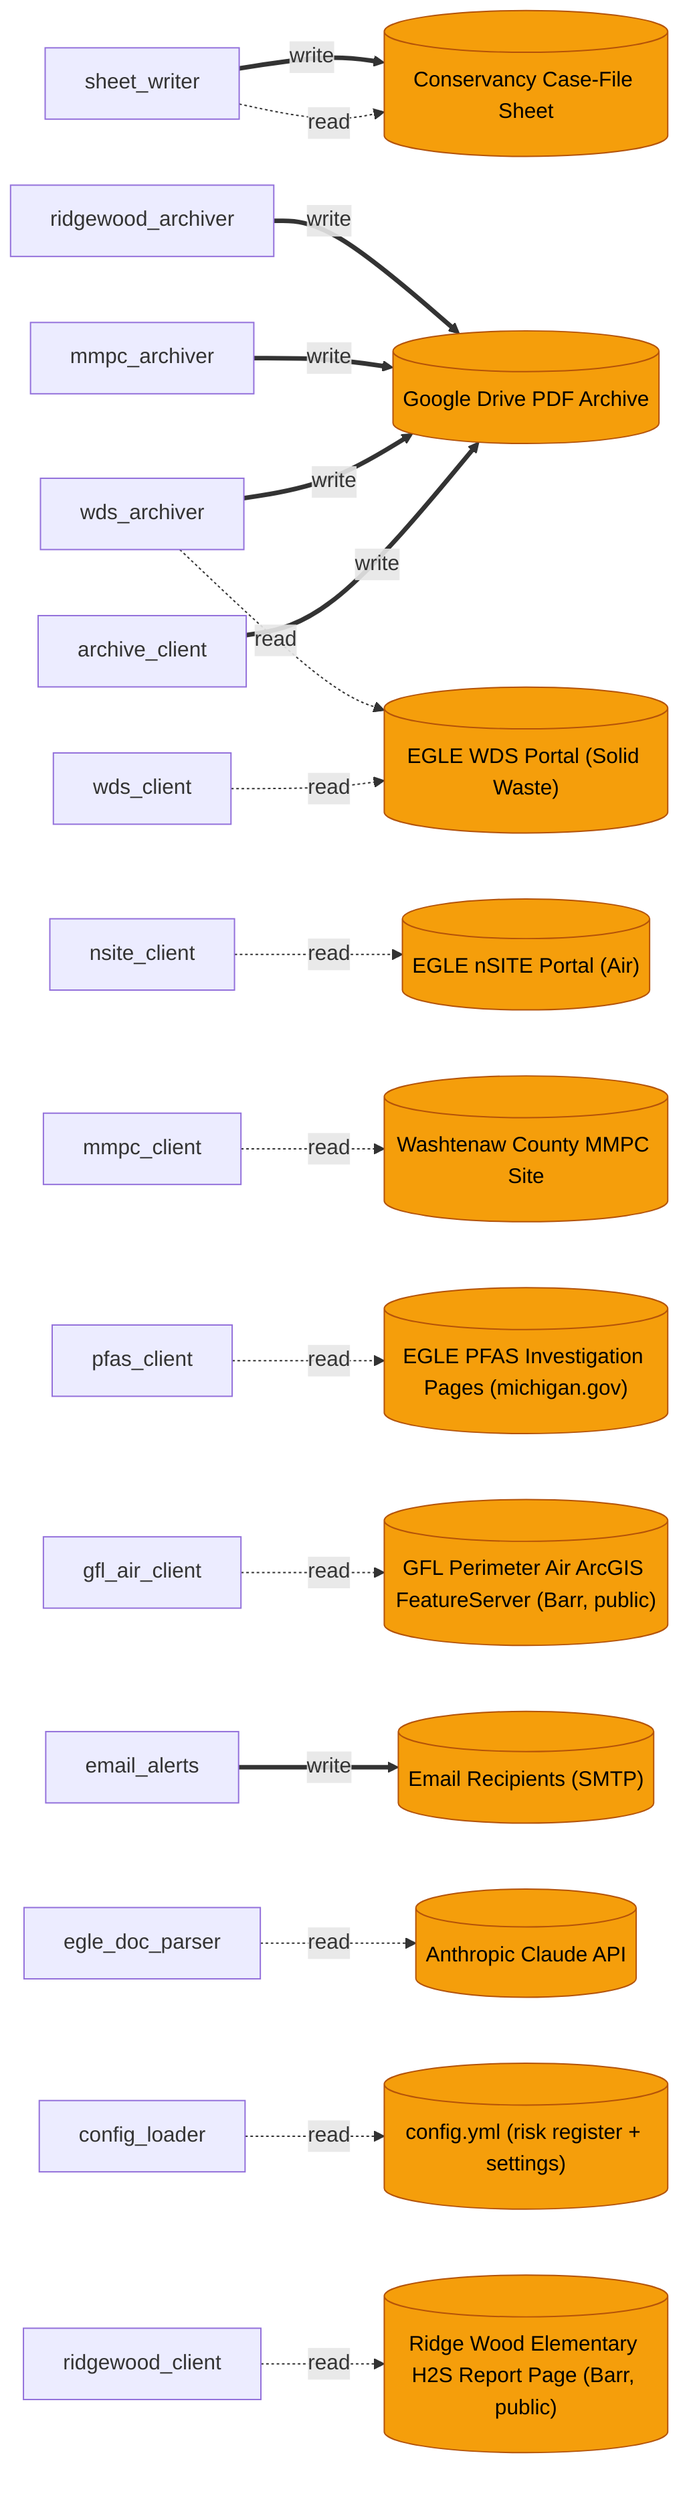
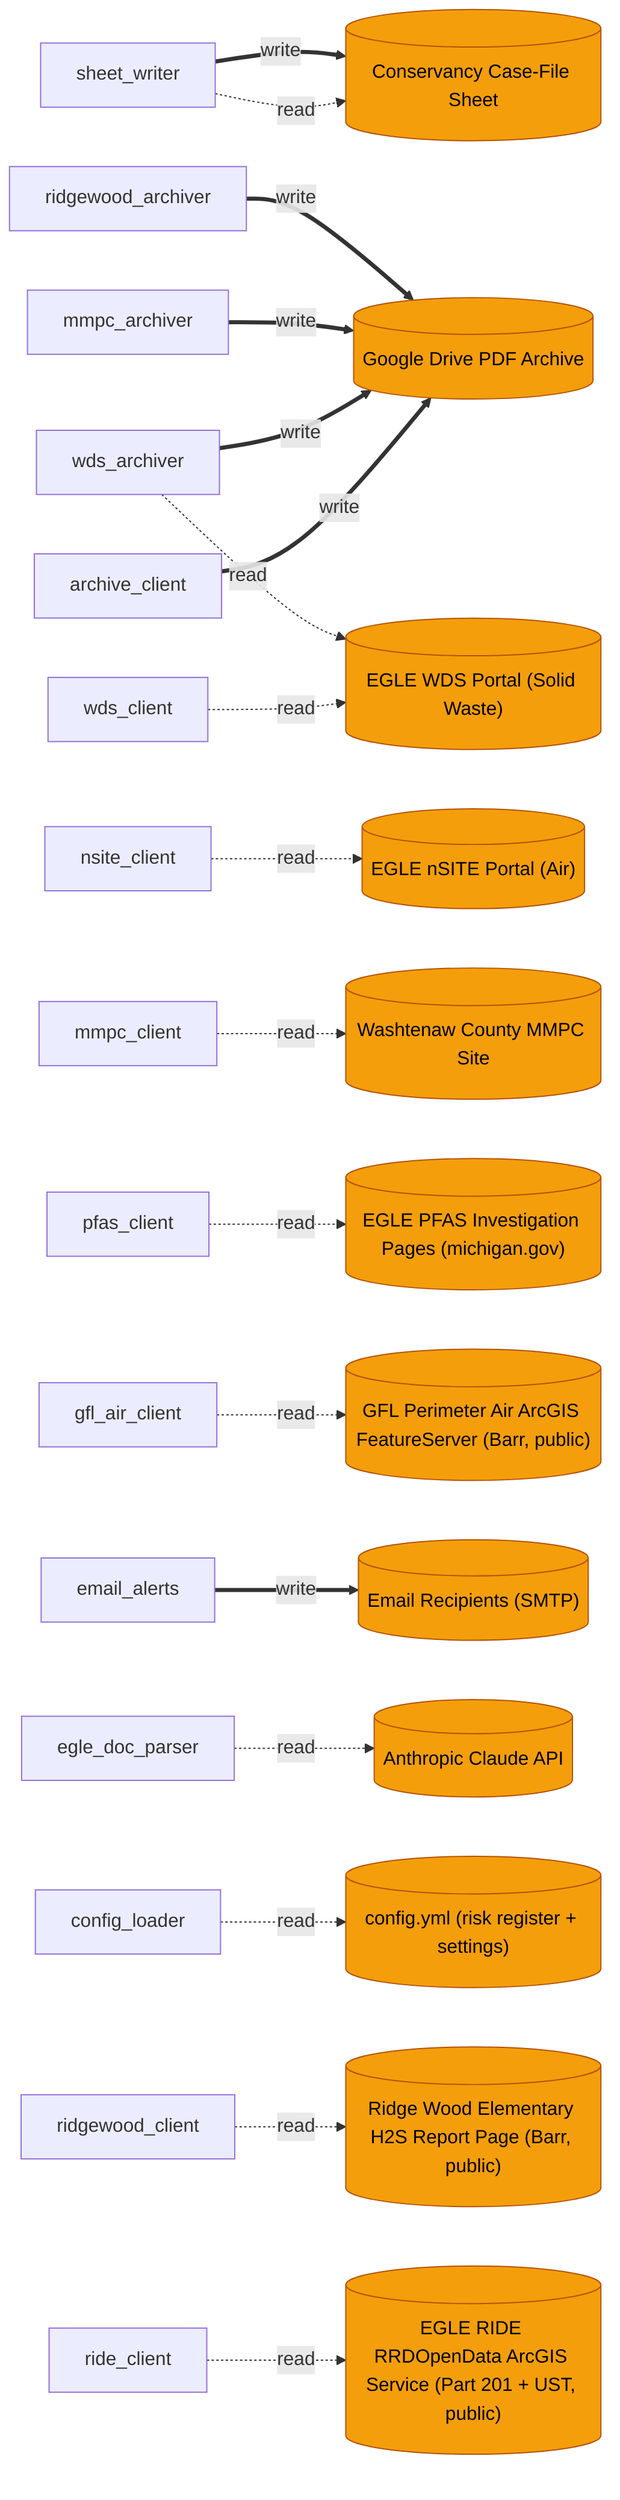
graph LR
  %% program -> data store lineage; dotted = read, bold = write
  ds_conservancy_sheet[("Conservancy Case-File Sheet")]
  ds_drive_archive[("Google Drive PDF Archive")]
  ds_nsite[("EGLE nSITE Portal (Air)")]
  ds_wds[("EGLE WDS Portal (Solid Waste)")]
  ds_mmpc[("Washtenaw County MMPC Site")]
  ds_pfas[("EGLE PFAS Investigation Pages (michigan.gov)")]
  ds_gfl_air[("GFL Perimeter Air ArcGIS FeatureServer (Barr, public)")]
  ds_ridgewood[("Ridge Wood Elementary H2S Report Page (Barr, public)")]
+   ds_ride[("EGLE RIDE RRDOpenData ArcGIS Service (Part 201 + UST, public)")]
  ds_smtp[("Email Recipients (SMTP)")]
  ds_anthropic[("Anthropic Claude API")]
  ds_config[("config.yml (risk register + settings)")]
  sheet_writer["sheet_writer"]
  sheet_writer -. read .-> ds_conservancy_sheet
  sheet_writer ==>|write| ds_conservancy_sheet
  archive_client["archive_client"]
  archive_client ==>|write| ds_drive_archive
  nsite_client["nsite_client"]
  nsite_client -. read .-> ds_nsite
  wds_client["wds_client"]
  wds_client -. read .-> ds_wds
  mmpc_client["mmpc_client"]
  mmpc_client -. read .-> ds_mmpc
  pfas_client["pfas_client"]
  pfas_client -. read .-> ds_pfas
  gfl_air_client["gfl_air_client"]
  gfl_air_client -. read .-> ds_gfl_air
  email_alerts["email_alerts"]
  email_alerts ==>|write| ds_smtp
  egle_doc_parser["egle_doc_parser"]
  egle_doc_parser -. read .-> ds_anthropic
  config_loader["config_loader"]
  config_loader -. read .-> ds_config
  wds_archiver["wds_archiver"]
  wds_archiver -. read .-> ds_wds
  wds_archiver ==>|write| ds_drive_archive
  mmpc_archiver["mmpc_archiver"]
  mmpc_archiver ==>|write| ds_drive_archive
  ridgewood_client["ridgewood_client"]
  ridgewood_client -. read .-> ds_ridgewood
  ridgewood_archiver["ridgewood_archiver"]
  ridgewood_archiver ==>|write| ds_drive_archive
+   ride_client["ride_client"]
+   ride_client -. read .-> ds_ride
  style ds_conservancy_sheet fill:#f59e0b,color:#000,stroke:#b45309
  style ds_drive_archive fill:#f59e0b,color:#000,stroke:#b45309
  style ds_nsite fill:#f59e0b,color:#000,stroke:#b45309
  style ds_wds fill:#f59e0b,color:#000,stroke:#b45309
  style ds_mmpc fill:#f59e0b,color:#000,stroke:#b45309
  style ds_pfas fill:#f59e0b,color:#000,stroke:#b45309
  style ds_gfl_air fill:#f59e0b,color:#000,stroke:#b45309
  style ds_ridgewood fill:#f59e0b,color:#000,stroke:#b45309
+   style ds_ride fill:#f59e0b,color:#000,stroke:#b45309
  style ds_smtp fill:#f59e0b,color:#000,stroke:#b45309
  style ds_anthropic fill:#f59e0b,color:#000,stroke:#b45309
  style ds_config fill:#f59e0b,color:#000,stroke:#b45309
